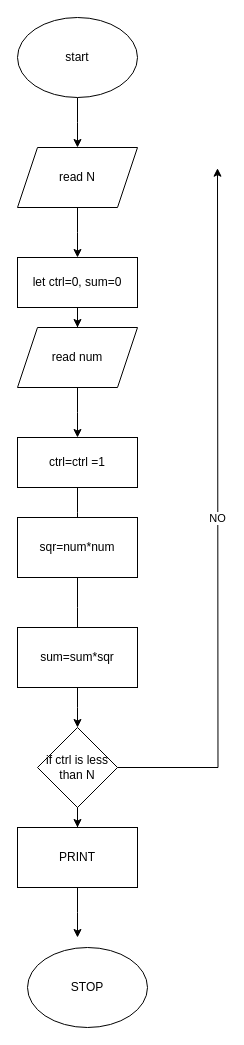
This is Untitled Diagram.drawio from Carolynee1/alx-pre_course, a draw.io file, before an edit. Source tidied: cells renumbered, new cells numbered last; positions are measured from the earlier drawing's top-left corner, leaving out a move shared by most shapes. Both pictures are drawn from the tidied source at 100%, with x=0, y=0 at pixel (17, 17).
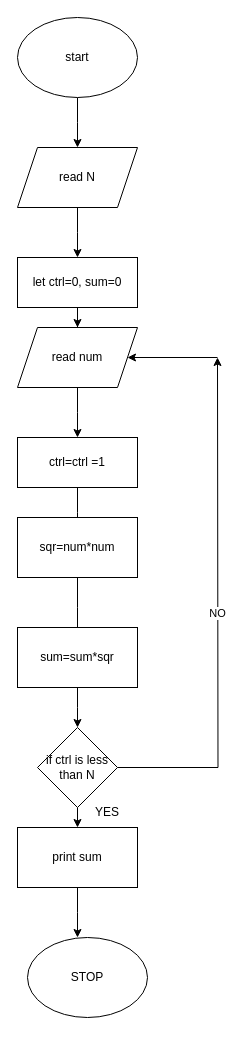
After the change.

Unchanged cells that the change refers to:
```xml
<mxCell id="18" value="if ctrl is less than N" style="rhombus;whiteSpace=wrap;html=1;" parent="1" vertex="1">
  <mxGeometry x="20" y="710" width="80" height="80" as="geometry" />
</mxCell>
```

Change to the diagram source:
```diff
@@
+    <mxCell id="17" value="NO" style="edgeStyle=orthogonalEdgeStyle;rounded=0;jettySize=auto;html=1;exitX=1;exitY=0.5;exitDx=0;exitDy=0;" parent="1" edge="1" source="18">
+      <mxGeometry relative="1" as="geometry">
+        <mxPoint x="200" y="340" as="targetPoint" />
+      </mxGeometry>
+    </mxCell>
-    <mxCell id="16" style="edgeStyle=orthogonalEdgeStyle;rounded=0;jettySize=auto;html=1;" parent="1" edge="1" source="18" target="20">
+    <mxCell id="16" style="edgeStyle=orthogonalEdgeStyle;rounded=0;jettySize=auto;html=1;exitX=0.5;exitY=1;exitDx=0;exitDy=0;entryX=0.5;entryY=0;entryDx=0;entryDy=0;" parent="1" edge="1" source="18" target="20">
       <mxGeometry relative="1" as="geometry" />
     </mxCell>
-    <mxCell id="17" value="NO" style="edgeStyle=orthogonalEdgeStyle;rounded=0;jettySize=auto;html=1;exitX=1;exitY=0.5;exitDx=0;exitDy=0;" parent="1" edge="1" source="18">
-      <mxGeometry relative="1" as="geometry">
-        <mxPoint x="200" y="150.7" as="targetPoint" />
-      </mxGeometry>
-    </mxCell>
@@
-    <mxCell id="20" value="PRINT" style="rounded=0;whiteSpace=wrap;html=1;" parent="1" vertex="1">
+    <mxCell id="20" value="print sum" style="rounded=0;whiteSpace=wrap;html=1;" parent="1" vertex="1">
       <mxGeometry y="810" width="120" height="60" as="geometry" />
     </mxCell>
     <mxCell id="21" value="STOP" style="ellipse;whiteSpace=wrap;html=1;" parent="1" vertex="1">
-      <mxGeometry x="10" y="930" width="120" height="80" as="geometry" />
+      <mxGeometry x="10" y="920" width="120" height="80" as="geometry" />
     </mxCell>
+    <mxCell id="22" style="endArrow=classic;html=1;rounded=0;" parent="1" edge="1">
+      <mxGeometry relative="1" as="geometry">
+        <mxPoint x="200" y="340" as="sourcePoint" />
+        <mxPoint x="110" y="340" as="targetPoint" />
+      </mxGeometry>
+    </mxCell>
+    <mxCell id="23" value="YES" style="text;html=1;strokeColor=none;fillColor=none;align=center;verticalAlign=middle;whiteSpace=wrap;rounded=0;" parent="1" vertex="1">
+      <mxGeometry x="60" y="780" width="60" height="30" as="geometry" />
+    </mxCell>
+    <mxCell id="24" style="edgeStyle=orthogonalEdgeStyle;rounded=0;orthogonalLoop=1;jettySize=auto;html=1;entryX=0.5;entryY=0;entryDx=0;entryDy=0;" parent="1" edge="1">
+      <mxGeometry relative="1" as="geometry">
+        <mxPoint x="70" y="924" as="sourcePoint" />
+        <mxPoint x="70" y="924" as="targetPoint" />
+      </mxGeometry>
+    </mxCell>
```
